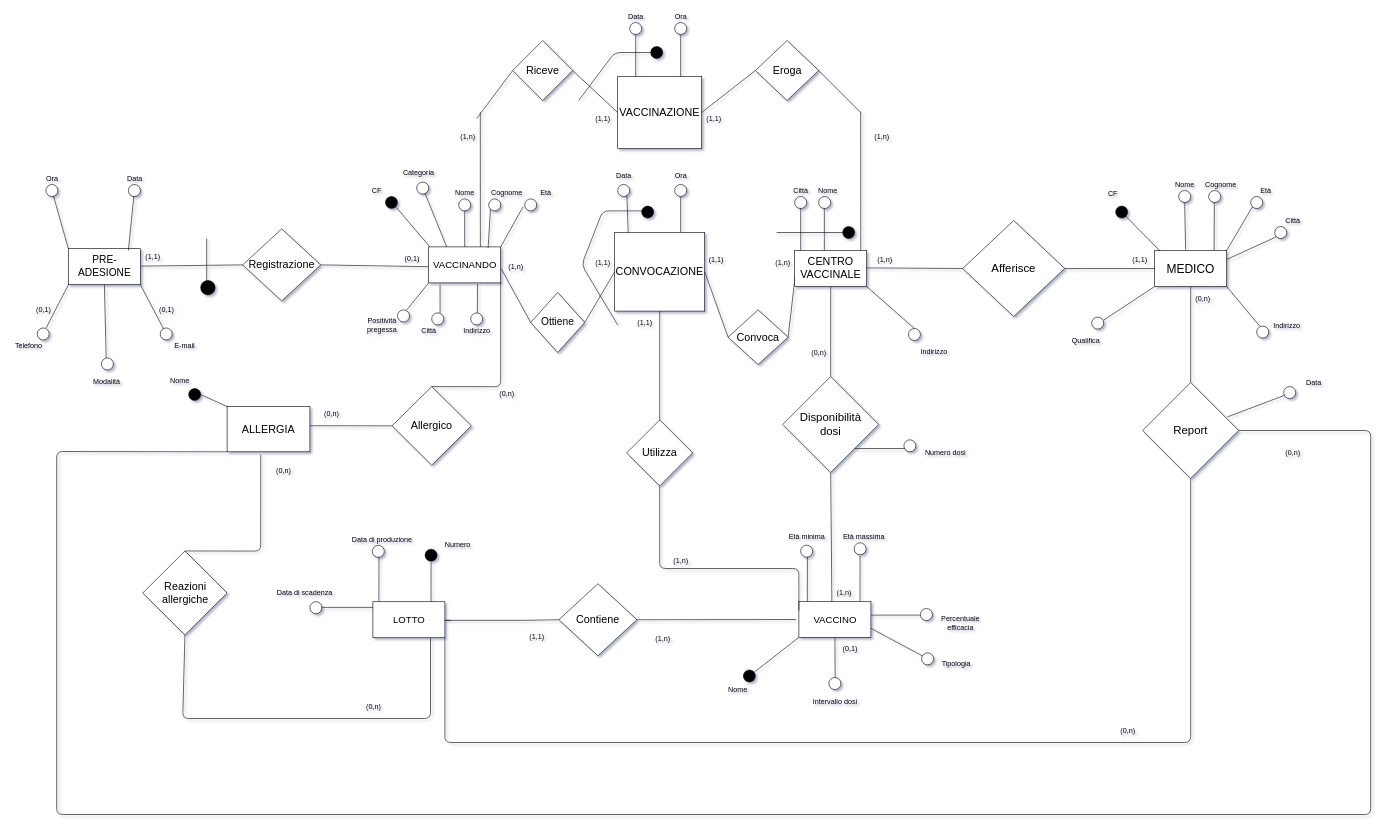
Before: page "ERristr" (1 of 2) of bd/Schema E/ERsenzagen.drawio in shaggyishere/VaccineDatabase, a draw.io diagram. Source tidied: cells renumbered, new cells numbered last; positions are measured from the earlier drawing's top-left corner, leaving out a move shared by most shapes. Both pictures are drawn from the tidied source at 60%, with x=0, y=0 at pixel (10, 10).
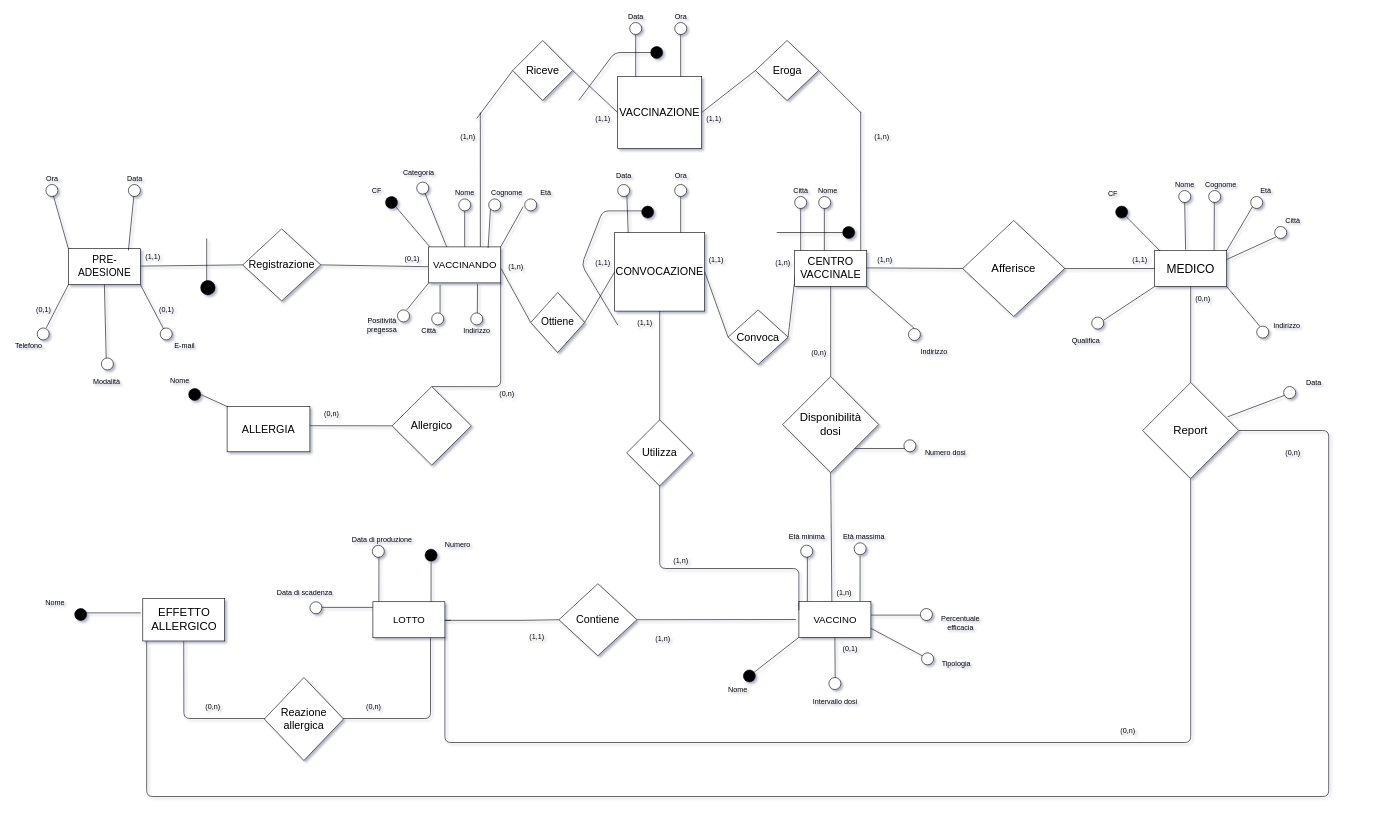
Above is the later version.

Commit message:
fatta distinzione fra ALLERGIA ed EFFETTO ALLERGICO

The change refers to these unchanged cells:
```xml
<mxCell id="57" value="&lt;font style=&quot;font-size: 19px&quot;&gt;Report&lt;/font&gt;" style="rhombus;whiteSpace=wrap;html=1;strokeWidth=1;fillColor=#FFFFFF;" parent="1" vertex="1">
  <mxGeometry x="1888" y="620" width="160" height="160" as="geometry" />
</mxCell>
<mxCell id="159" value="&lt;font style=&quot;font-size: 18px&quot;&gt;ALLERGIA&lt;/font&gt;" style="rounded=0;whiteSpace=wrap;html=1;" parent="1" vertex="1">
  <mxGeometry x="362" y="660" width="138" height="75.5" as="geometry" />
</mxCell>
```

The edit, as a diff of the source:
```diff
@@
     <mxCell id="39" style="endArrow=none;html=1;entryX=0.5;entryY=1;entryDx=0;entryDy=0;" parent="1" edge="1" target="164">
       <mxGeometry relative="1" as="geometry">
         <mxPoint x="701" y="1045.4" as="sourcePoint" />
         <Array as="points">
           <mxPoint x="701" y="1180" />
-          <mxPoint x="288" y="1180" />
+          <mxPoint x="290" y="1180" />
         </Array>
       </mxGeometry>
     </mxCell>
@@
-    <mxCell id="164" value="&lt;font style=&quot;font-size: 18px&quot;&gt;Reazioni allergiche&lt;/font&gt;" style="rhombus;whiteSpace=wrap;html=1;fillColor=#FFFFFF;" parent="1" vertex="1">
-      <mxGeometry x="221.5" y="900.8" width="140.5" height="140" as="geometry" />
+    <mxCell id="164" value="&lt;div style=&quot;font-size: 19px&quot;&gt;&lt;font style=&quot;font-size: 19px&quot;&gt;EFFETTO &lt;br&gt;&lt;/font&gt;&lt;/div&gt;&lt;div style=&quot;font-size: 19px&quot;&gt;&lt;font style=&quot;font-size: 19px&quot;&gt;ALLERGICO&lt;/font&gt;&lt;/div&gt;" style="rectangle;whiteSpace=wrap;html=1;fillColor=#FFFFFF;" parent="1" vertex="1">
+      <mxGeometry x="221.5" y="980" width="136.5" height="70.8" as="geometry" />
     </mxCell>
-    <mxCell id="165" style="endArrow=none;html=1;exitX=0.5;exitY=0;exitDx=0;exitDy=0;entryX=0.406;entryY=1.06;entryDx=0;entryDy=0;entryPerimeter=0;" parent="1" edge="1" source="164" target="159">
-      <mxGeometry relative="1" as="geometry">
-        <Array as="points">
-          <mxPoint x="418" y="901" />
-        </Array>
-      </mxGeometry>
-    </mxCell>
-    <mxCell id="166" value="(0,n)" style="text;html=1;align=center;verticalAlign=middle;strokeColor=none;" parent="1" vertex="1">
-      <mxGeometry x="436" y="757.7" width="40" height="20" as="geometry" />
-    </mxCell>
@@
-    <mxCell id="202" style="endArrow=none;html=1;entryX=1;entryY=0.5;entryDx=0;entryDy=0;exitX=0;exitY=1;exitDx=0;exitDy=0;" parent="1" edge="1" source="159" target="57">
-      <mxGeometry relative="1" as="geometry">
-        <Array as="points">
-          <mxPoint x="78" y="735" />
-          <mxPoint x="78" y="1340" />
-          <mxPoint x="2268" y="1340" />
-          <mxPoint x="2268" y="700" />
-        </Array>
-      </mxGeometry>
-    </mxCell>
@@
+    <mxCell id="206" value="&lt;div style=&quot;font-size: 18px&quot;&gt;&lt;font style=&quot;font-size: 18px&quot;&gt;Reazione&lt;/font&gt;&lt;/div&gt;&lt;div style=&quot;font-size: 18px&quot;&gt;&lt;font style=&quot;font-size: 18px&quot;&gt;allergica&lt;/font&gt;&lt;br&gt;&lt;/div&gt;" style="rhombus;whiteSpace=wrap;html=1;fillColor=#FFFFFF;" parent="1" vertex="1">
+      <mxGeometry x="424" y="1111.7" width="132" height="138.3" as="geometry" />
+    </mxCell>
+    <mxCell id="166" value="(0,n)" style="text;html=1;align=center;verticalAlign=middle;strokeColor=none;" parent="1" vertex="1">
+      <mxGeometry x="318" y="1150" width="40" height="20" as="geometry" />
+    </mxCell>
+    <mxCell id="207" style="endArrow=none;html=1;" parent="1" edge="1">
+      <mxGeometry relative="1" as="geometry">
+        <mxPoint x="117.5" y="1004" as="sourcePoint" />
+        <mxPoint x="218" y="1004" as="targetPoint" />
+      </mxGeometry>
+    </mxCell>
+    <mxCell id="208" style="ellipse;whiteSpace=wrap;html=1;strokeWidth=1;rotation=-5;fillColor=#000000;" parent="1" vertex="1">
+      <mxGeometry x="108" y="996.7" width="20" height="20" as="geometry" />
+    </mxCell>
+    <mxCell id="209" value="Nome" style="text;html=1;align=center;verticalAlign=middle;strokeColor=none;" parent="1" vertex="1">
+      <mxGeometry x="50" y="976.7" width="50" height="20" as="geometry" />
+    </mxCell>
+    <mxCell id="210" style="endArrow=none;html=1;entryX=1;entryY=0.5;entryDx=0;entryDy=0;" parent="1" edge="1" target="57">
+      <mxGeometry relative="1" as="geometry">
+        <mxPoint x="228" y="1051" as="sourcePoint" />
+        <Array as="points">
+          <mxPoint x="228" y="1310" />
+          <mxPoint x="2198" y="1310" />
+          <mxPoint x="2198" y="700" />
+        </Array>
+      </mxGeometry>
+    </mxCell>
```
